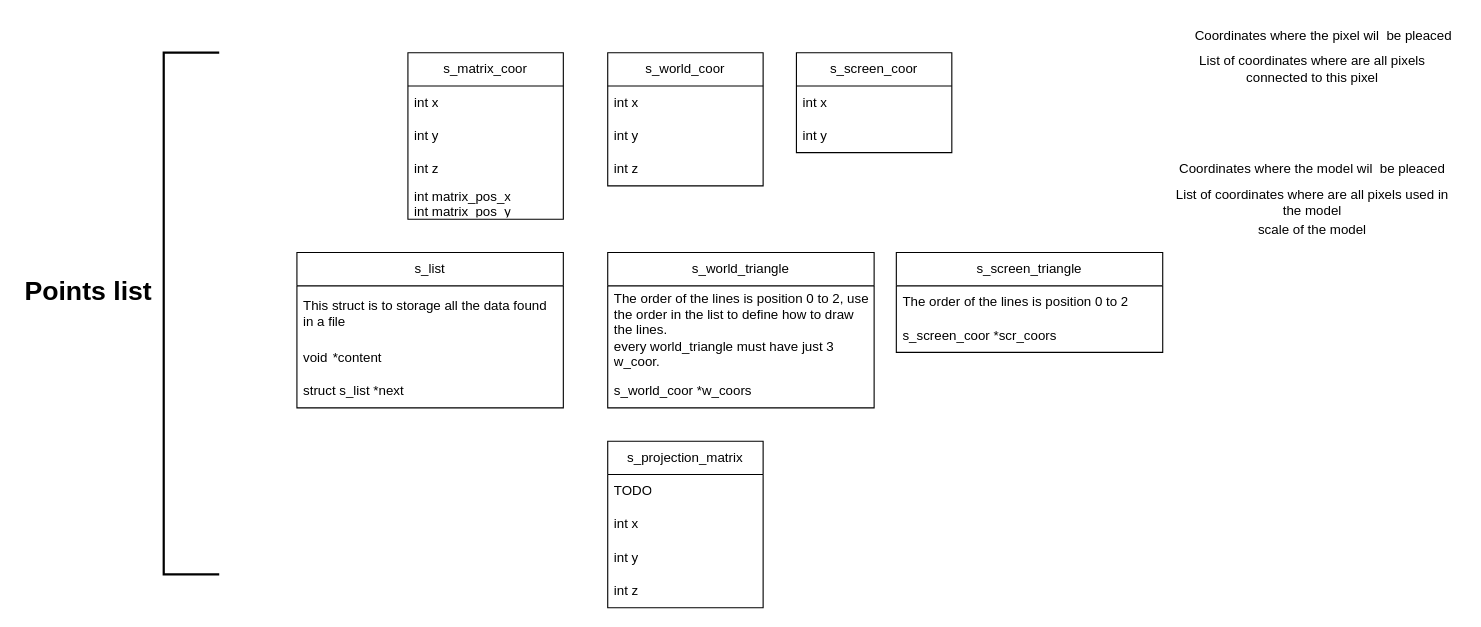
Above: page "data layer" (2 of 4) of Untitled Diagram.drawio in nythocampos/42_code (draw.io), before the change. Source tidied: cells renumbered, new cells numbered last; positions are measured from the earlier drawing's top-left corner, leaving out a move shared by most shapes. Both pictures are drawn from the tidied source at 111%, with x=0, y=0 at pixel (19, 19).
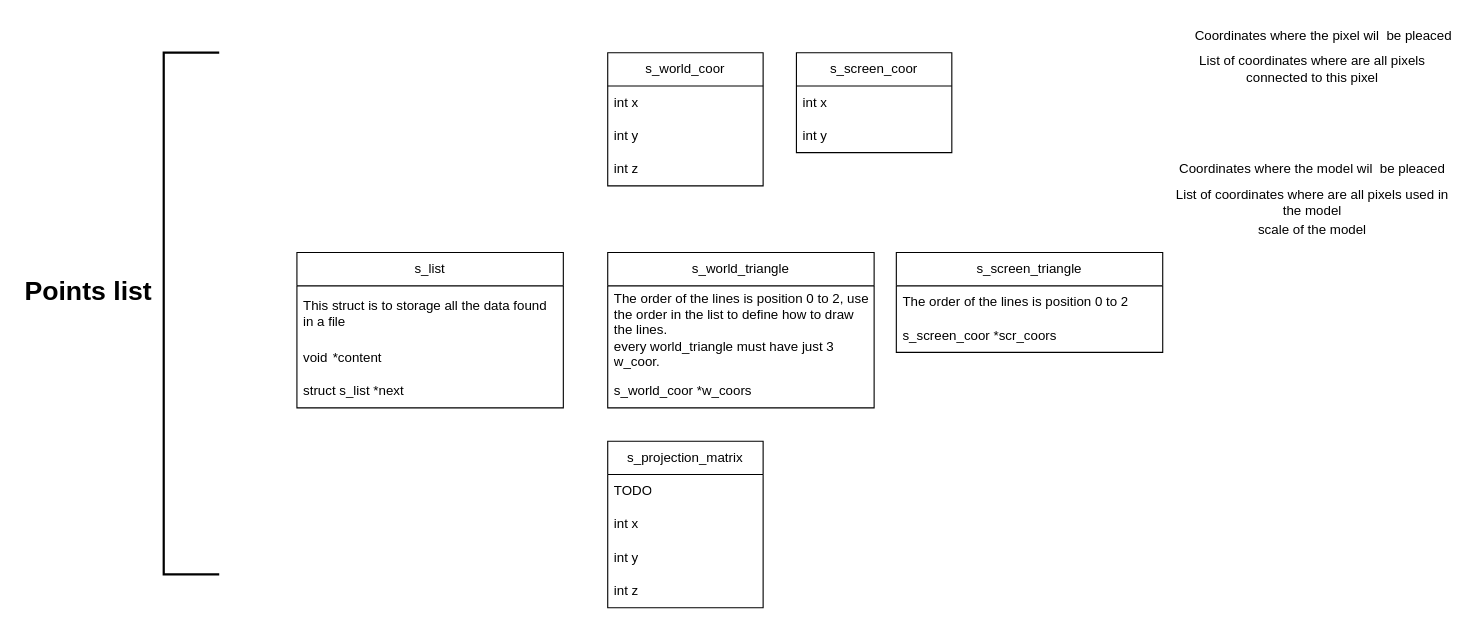
The same page after the edit.

The edit, as a diff of the source:
```diff
@@
-    <mxCell id="26" value="s_matrix_coor" style="swimlane;fontStyle=0;horizontal=1;startSize=30;whiteSpace=wrap;html=1;" parent="1" vertex="1">
-      <mxGeometry x="350" y="30" width="140" height="150" as="geometry" />
-    </mxCell>
-    <mxCell id="27" value="int x" style="text;strokeColor=none;fillColor=none;align=left;verticalAlign=middle;spacingLeft=4;spacingRight=4;overflow=hidden;whiteSpace=wrap;html=1;" parent="26" vertex="1">
-      <mxGeometry y="30" width="140" height="30" as="geometry" />
-    </mxCell>
-    <mxCell id="28" value="int y" style="text;strokeColor=none;fillColor=none;align=left;verticalAlign=middle;spacingLeft=4;spacingRight=4;overflow=hidden;whiteSpace=wrap;html=1;" parent="26" vertex="1">
-      <mxGeometry y="60" width="140" height="30" as="geometry" />
-    </mxCell>
-    <mxCell id="29" value="int z" style="text;strokeColor=none;fillColor=none;align=left;verticalAlign=middle;spacingLeft=4;spacingRight=4;overflow=hidden;whiteSpace=wrap;html=1;" parent="26" vertex="1">
-      <mxGeometry y="90" width="140" height="30" as="geometry" />
-    </mxCell>
-    <mxCell id="30" value="int matrix_pos_x&lt;br&gt;int matrix_pos_y" style="text;strokeColor=none;fillColor=none;align=left;verticalAlign=middle;spacingLeft=4;spacingRight=4;overflow=hidden;whiteSpace=wrap;html=1;" parent="26" vertex="1">
-      <mxGeometry y="120" width="140" height="30" as="geometry" />
-    </mxCell>
```
